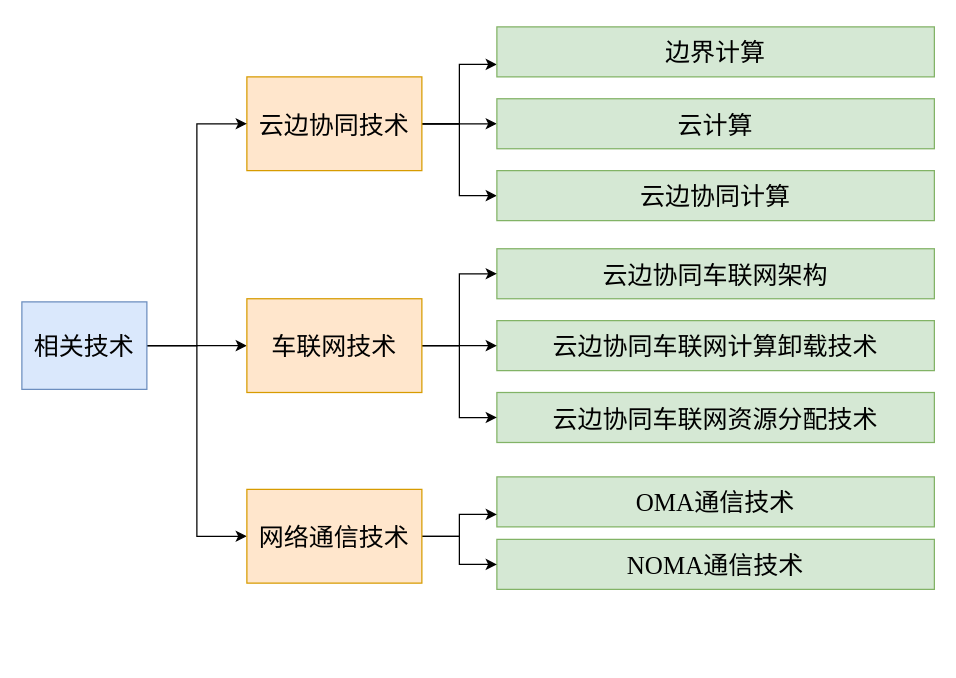
xiaotudoudoudoud/pipilu keeps this draw.io diagram as xiangguangongz.drawio. Above is the earlier version. Source tidied: cells renumbered, new cells numbered last; positions are measured from the earlier drawing's top-left corner, leaving out a move shared by most shapes. Both pictures are drawn from the tidied source at 125%, with x=0, y=0 at pixel (21, 26).
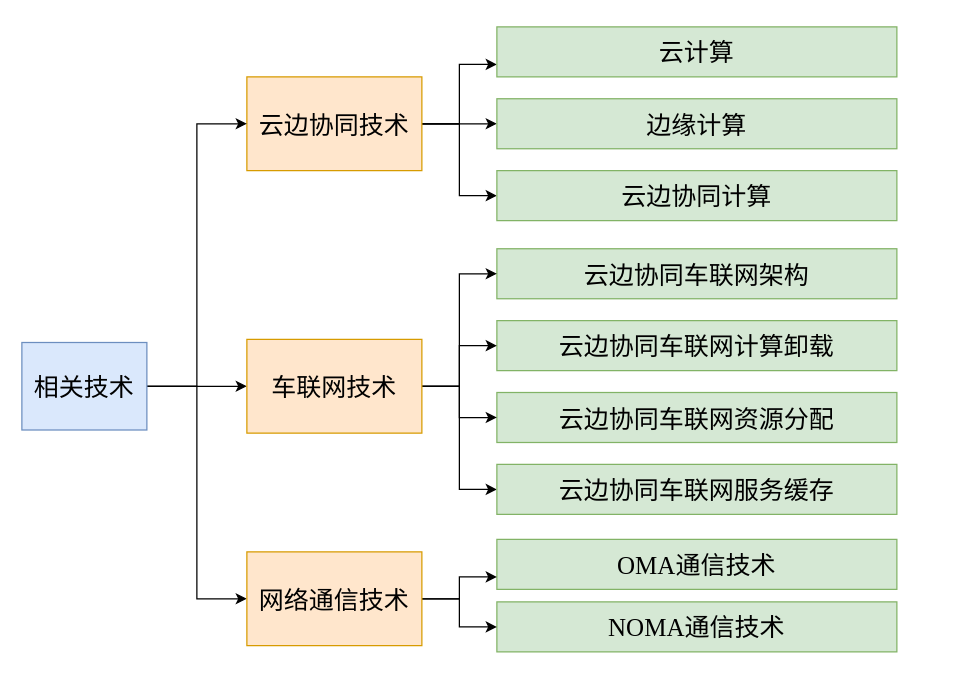
The same diagram, later.

What changed in the source:
```diff
@@
     <mxCell id="9" value="&lt;span style=&quot;font-family: 宋体; font-size: 20px;&quot;&gt;相关技术&lt;/span&gt;" style="rounded=0;whiteSpace=wrap;html=1;fillColor=#dae8fc;strokeColor=#6c8ebf;" parent="1" vertex="1">
-      <mxGeometry y="220" width="100" height="70" as="geometry" />
+      <mxGeometry y="252.5" width="100" height="70" as="geometry" />
     </mxCell>
-    <mxCell id="10" value="&lt;span style=&quot;font-family: 宋体; font-size: 20px;&quot;&gt;云计算&lt;/span&gt;" style="rounded=0;whiteSpace=wrap;html=1;fillColor=#d5e8d4;strokeColor=#82b366;" parent="1" vertex="1">
-      <mxGeometry x="380" y="57.5" width="350" height="40" as="geometry" />
+    <mxCell id="10" value="&lt;span style=&quot;font-family: 宋体; font-size: 20px;&quot;&gt;边缘计算&lt;/span&gt;" style="rounded=0;whiteSpace=wrap;html=1;fillColor=#d5e8d4;strokeColor=#82b366;" parent="1" vertex="1">
+      <mxGeometry x="380" y="57.5" width="320" height="40" as="geometry" />
     </mxCell>
-    <mxCell id="11" value="&lt;p class=&quot;MsoNormal&quot;&gt;&lt;span style=&quot;font-size: 20px;&quot;&gt;&lt;font face=&quot;宋体&quot; style=&quot;vertical-align: inherit;&quot;&gt;边界计算&lt;/font&gt;&lt;/span&gt;&lt;/p&gt;" style="rounded=0;whiteSpace=wrap;html=1;fillColor=#d5e8d4;strokeColor=#82b366;" parent="1" vertex="1">
-      <mxGeometry x="380" width="350" height="40" as="geometry" />
+    <mxCell id="11" value="&lt;p class=&quot;MsoNormal&quot;&gt;&lt;span style=&quot;font-size: 20px;&quot;&gt;&lt;font face=&quot;宋体&quot; style=&quot;vertical-align: inherit;&quot;&gt;云计算&lt;/font&gt;&lt;/span&gt;&lt;/p&gt;" style="rounded=0;whiteSpace=wrap;html=1;fillColor=#d5e8d4;strokeColor=#82b366;" parent="1" vertex="1">
+      <mxGeometry x="380" width="320" height="40" as="geometry" />
     </mxCell>
     <mxCell id="12" value="&lt;span style=&quot;font-family: 宋体; font-size: 20px;&quot;&gt;云边协同&lt;/span&gt;&lt;span style=&quot;font-family: 宋体; font-size: 20px;&quot;&gt;计算&lt;/span&gt;" style="rounded=0;whiteSpace=wrap;html=1;fillColor=#d5e8d4;strokeColor=#82b366;" parent="1" vertex="1">
-      <mxGeometry x="380" y="115" width="350" height="40" as="geometry" />
+      <mxGeometry x="380" y="115" width="320" height="40" as="geometry" />
     </mxCell>
     <mxCell id="13" value="&lt;span style=&quot;font-family: 宋体; font-size: 20px;&quot;&gt;云边协同车联网架构&lt;/span&gt;" style="rounded=0;whiteSpace=wrap;html=1;fillColor=#d5e8d4;strokeColor=#82b366;" parent="1" vertex="1">
-      <mxGeometry x="380" y="177.5" width="350" height="40" as="geometry" />
+      <mxGeometry x="380" y="177.5" width="320" height="40" as="geometry" />
     </mxCell>
-    <mxCell id="14" value="&lt;p style=&quot;text-indent:0.0000pt;mso-char-indent-count:0.0000;&quot; class=&quot;15&quot;&gt;&lt;span style=&quot;font-family: 宋体; font-size: 20px;&quot;&gt;云边协同车联网资源分配技术&lt;/span&gt;&lt;/p&gt;" style="rounded=0;whiteSpace=wrap;html=1;fillColor=#d5e8d4;strokeColor=#82b366;" parent="1" vertex="1">
-      <mxGeometry x="380" y="292.5" width="350" height="40" as="geometry" />
+    <mxCell id="14" value="&lt;p style=&quot;text-indent:0.0000pt;mso-char-indent-count:0.0000;&quot; class=&quot;15&quot;&gt;&lt;span style=&quot;font-family: 宋体; font-size: 20px;&quot;&gt;云边协同车联网资源分配&lt;/span&gt;&lt;/p&gt;" style="rounded=0;whiteSpace=wrap;html=1;fillColor=#d5e8d4;strokeColor=#82b366;" parent="1" vertex="1">
+      <mxGeometry x="380" y="292.5" width="320" height="40" as="geometry" />
     </mxCell>
-    <mxCell id="15" value="&lt;p class=&quot;MsoNormal&quot;&gt;&lt;span style=&quot;font-family: 宋体; font-size: 20px;&quot;&gt;云边协同车联网计算卸载技术&lt;/span&gt;&lt;/p&gt;" style="rounded=0;whiteSpace=wrap;html=1;fillColor=#d5e8d4;strokeColor=#82b366;" parent="1" vertex="1">
-      <mxGeometry x="380" y="235" width="350" height="40" as="geometry" />
+    <mxCell id="15" value="&lt;p class=&quot;MsoNormal&quot;&gt;&lt;span style=&quot;font-family: 宋体; font-size: 20px;&quot;&gt;云边协同车联网计算卸载&lt;/span&gt;&lt;/p&gt;" style="rounded=0;whiteSpace=wrap;html=1;fillColor=#d5e8d4;strokeColor=#82b366;" parent="1" vertex="1">
+      <mxGeometry x="380" y="235" width="320" height="40" as="geometry" />
     </mxCell>
     <mxCell id="16" value="&lt;p class=&quot;MsoNormal&quot;&gt;&lt;span style=&quot;font-size: 20px;&quot;&gt;&lt;font face=&quot;Times New Roman&quot;&gt;OMA&lt;/font&gt;&lt;/span&gt;&lt;span style=&quot;font-family: 宋体; font-size: 20px;&quot;&gt;通信技术&lt;/span&gt;&lt;/p&gt;" style="rounded=0;whiteSpace=wrap;html=1;fillColor=#d5e8d4;strokeColor=#82b366;" parent="1" vertex="1">
-      <mxGeometry x="380" y="360" width="350" height="40" as="geometry" />
+      <mxGeometry x="380" y="410" width="320" height="40" as="geometry" />
     </mxCell>
     <mxCell id="17" value="&lt;p class=&quot;MsoNormal&quot;&gt;&lt;span style=&quot;font-size: 20px;&quot;&gt;&lt;font face=&quot;Times New Roman&quot;&gt;NOMA&lt;/font&gt;&lt;/span&gt;&lt;span style=&quot;font-family: 宋体; font-size: 20px;&quot;&gt;通信技术&lt;/span&gt;&lt;/p&gt;" style="rounded=0;whiteSpace=wrap;html=1;fillColor=#d5e8d4;strokeColor=#82b366;" parent="1" vertex="1">
-      <mxGeometry x="380" y="410" width="350" height="40" as="geometry" />
+      <mxGeometry x="380" y="460" width="320" height="40" as="geometry" />
     </mxCell>
@@
     <mxCell id="20" value="&lt;p class=&quot;MsoNormal&quot;&gt;&lt;span style=&quot;font-family: 宋体; font-size: 20px;&quot;&gt;网络通信技术&lt;/span&gt;&lt;/p&gt;" style="rounded=0;whiteSpace=wrap;html=1;fillColor=#ffe6cc;strokeColor=#d79b00;" parent="1" vertex="1">
-      <mxGeometry x="180" y="370" width="140" height="75" as="geometry" />
+      <mxGeometry x="180" y="420" width="140" height="75" as="geometry" />
     </mxCell>
@@
+    <mxCell id="25" style="edgeStyle=orthogonalEdgeStyle;rounded=0;jettySize=auto;html=1;entryX=0;entryY=0.5;entryDx=0;entryDy=0;" parent="1" edge="1" source="24" target="26">
+      <mxGeometry relative="1" as="geometry" />
+    </mxCell>
     <mxCell id="24" value="&lt;p class=&quot;MsoNormal&quot;&gt;&lt;span style=&quot;font-family: 宋体; font-size: 20px;&quot;&gt;车联网技术&lt;/span&gt;&lt;/p&gt;" style="rounded=0;whiteSpace=wrap;html=1;fillColor=#ffe6cc;strokeColor=#d79b00;" parent="1" vertex="1">
-      <mxGeometry x="180" y="217.5" width="140" height="75" as="geometry" />
+      <mxGeometry x="180" y="250" width="140" height="75" as="geometry" />
     </mxCell>
+    <mxCell id="26" value="&lt;p style=&quot;text-indent:0.0000pt;mso-char-indent-count:0.0000;&quot; class=&quot;15&quot;&gt;&lt;span style=&quot;font-family: 宋体; font-size: 20px;&quot;&gt;云边协同车联网服务缓存&lt;/span&gt;&lt;/p&gt;" style="rounded=0;whiteSpace=wrap;html=1;fillColor=#d5e8d4;strokeColor=#82b366;" parent="1" vertex="1">
+      <mxGeometry x="380" y="350" width="320" height="40" as="geometry" />
+    </mxCell>
```
